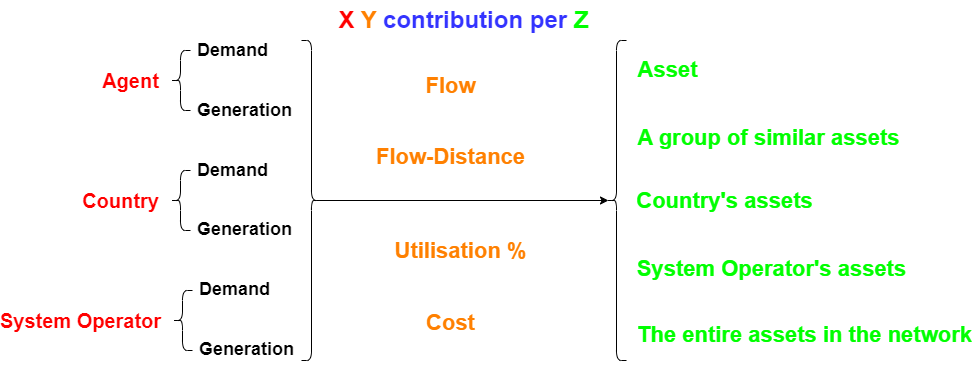
Earlier version of the draw.io export doc/Images/InfraFair_output_results.png (IIT-EnergySystemModels/InfraFair). Source tidied: cells renumbered, new cells last; positions are measured from the earlier drawing's top-left corner, leaving out a move shared by most shapes.
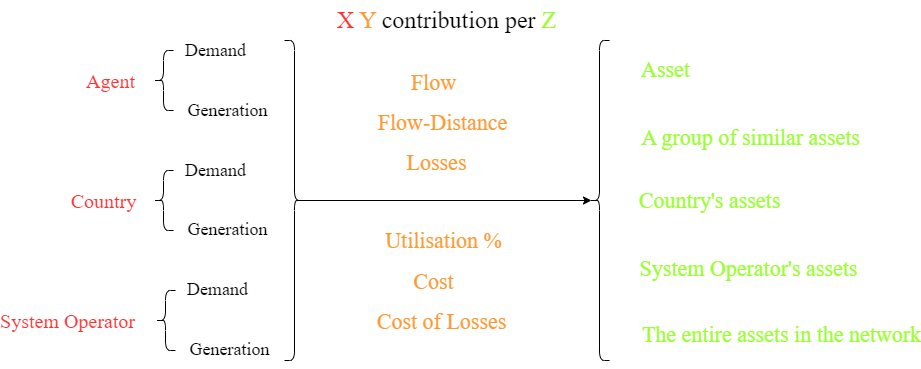
After the change.

The edit, as a diff of the source:
```diff
@@ -2,80 +2,86 @@
   <root>
     <mxCell id="0" />
     <mxCell id="1" parent="0" />
-    <mxCell id="2" style="shape=curlyBracket;whiteSpace=wrap;html=1;rounded=1;flipH=1;labelPosition=right;verticalLabelPosition=middle;align=left;verticalAlign=middle;" parent="1" vertex="1">
+    <mxCell id="2" style="shape=curlyBracket;whiteSpace=wrap;html=1;rounded=1;flipH=1;labelPosition=right;verticalLabelPosition=middle;align=left;verticalAlign=middle;fontFamily=Times New Roman;fontStyle=0;" parent="1" vertex="1">
       <mxGeometry x="271" y="40" width="20" height="320" as="geometry" />
     </mxCell>
-    <mxCell id="3" style="shape=curlyBracket;whiteSpace=wrap;html=1;rounded=1;labelPosition=left;verticalLabelPosition=middle;align=right;verticalAlign=middle;" parent="1" vertex="1">
+    <mxCell id="3" style="shape=curlyBracket;whiteSpace=wrap;html=1;rounded=1;labelPosition=left;verticalLabelPosition=middle;align=right;verticalAlign=middle;fontFamily=Times New Roman;fontStyle=0;" parent="1" vertex="1">
       <mxGeometry x="576" y="40" width="20" height="320" as="geometry" />
     </mxCell>
-    <mxCell id="4" value="&lt;font style=&quot;font-size: 24px;&quot;&gt;&lt;font color=&quot;#ff0000&quot; style=&quot;font-size: 24px;&quot;&gt;X&lt;/font&gt;&amp;nbsp;&lt;font color=&quot;#ff8000&quot; style=&quot;font-size: 24px;&quot;&gt;Y&lt;/font&gt;&amp;nbsp;contribution per&amp;nbsp;&lt;font color=&quot;#00ff00&quot; style=&quot;font-size: 24px;&quot;&gt;Z&lt;/font&gt;&lt;/font&gt;" style="text;strokeColor=none;fillColor=none;html=1;fontSize=24;fontStyle=1;verticalAlign=middle;align=center;fontColor=#3333FF;" parent="1" vertex="1">
+    <mxCell id="4" value="&lt;font style=&quot;font-size: 24px;&quot;&gt;&lt;font color=&quot;#ff3333&quot; style=&quot;font-size: 24px;&quot;&gt;X&lt;/font&gt;&amp;nbsp;&lt;font color=&quot;#ff9933&quot; style=&quot;font-size: 24px;&quot;&gt;Y&lt;/font&gt;&lt;span style=&quot;&quot;&gt;&amp;nbsp;&lt;font color=&quot;#000000&quot;&gt;contribution per&lt;/font&gt;&amp;nbsp;&lt;/span&gt;&lt;font color=&quot;#99ff33&quot; style=&quot;font-size: 24px;&quot;&gt;Z&lt;/font&gt;&lt;/font&gt;" style="text;strokeColor=none;fillColor=none;html=1;fontSize=24;fontStyle=0;verticalAlign=middle;align=center;fontColor=#3333FF;fontFamily=Times New Roman;" parent="1" vertex="1">
       <mxGeometry x="383" width="100" height="40" as="geometry" />
     </mxCell>
-    <mxCell id="5" style="edgeStyle=orthogonalEdgeStyle;rounded=0;jettySize=auto;html=1;exitX=0.1;exitY=0.5;exitDx=0;exitDy=0;exitPerimeter=0;entryX=0.1;entryY=0.5;entryDx=0;entryDy=0;entryPerimeter=0;" parent="1" edge="1" source="2" target="3">
+    <mxCell id="5" style="edgeStyle=orthogonalEdgeStyle;rounded=0;jettySize=auto;html=1;exitX=0.1;exitY=0.5;exitDx=0;exitDy=0;exitPerimeter=0;entryX=0.1;entryY=0.5;entryDx=0;entryDy=0;entryPerimeter=0;fontFamily=Times New Roman;fontStyle=0;" parent="1" edge="1" source="2" target="3">
       <mxGeometry relative="1" as="geometry" />
     </mxCell>
-    <mxCell id="6" value="Agent" style="text;strokeColor=none;fillColor=none;html=1;fontSize=20;fontStyle=1;verticalAlign=middle;align=center;fontColor=#FF0000;" parent="1" vertex="1">
-      <mxGeometry x="50" y="60" width="100" height="40" as="geometry" />
+    <mxCell id="6" value="Agent" style="text;strokeColor=none;fillColor=none;html=1;fontSize=20;fontStyle=0;verticalAlign=middle;align=center;fontColor=#FF3333;fontFamily=Times New Roman;" parent="1" vertex="1">
+      <mxGeometry x="47" y="60" width="100" height="40" as="geometry" />
     </mxCell>
-    <mxCell id="7" value="Country" style="text;strokeColor=none;fillColor=none;html=1;fontSize=20;fontStyle=1;verticalAlign=middle;align=center;fontColor=#FF0000;" parent="1" vertex="1">
+    <mxCell id="7" value="Country" style="text;strokeColor=none;fillColor=none;html=1;fontSize=20;fontStyle=0;verticalAlign=middle;align=center;fontColor=#FF3333;fontFamily=Times New Roman;" parent="1" vertex="1">
       <mxGeometry x="40" y="180" width="100" height="40" as="geometry" />
     </mxCell>
-    <mxCell id="8" value="System Operator" style="text;strokeColor=none;fillColor=none;html=1;fontSize=20;fontStyle=1;verticalAlign=middle;align=center;fontColor=#FF0000;" parent="1" vertex="1">
-      <mxGeometry y="300" width="100" height="40" as="geometry" />
+    <mxCell id="8" value="System Operator" style="text;strokeColor=none;fillColor=none;html=1;fontSize=20;fontStyle=0;verticalAlign=middle;align=center;fontColor=#FF3333;fontFamily=Times New Roman;" parent="1" vertex="1">
+      <mxGeometry x="4" y="300" width="100" height="40" as="geometry" />
     </mxCell>
-    <mxCell id="9" style="shape=curlyBracket;whiteSpace=wrap;html=1;rounded=1;labelPosition=left;verticalLabelPosition=middle;align=right;verticalAlign=middle;" parent="1" vertex="1">
+    <mxCell id="9" style="shape=curlyBracket;whiteSpace=wrap;html=1;rounded=1;labelPosition=left;verticalLabelPosition=middle;align=right;verticalAlign=middle;fontFamily=Times New Roman;fontStyle=0;" parent="1" vertex="1">
       <mxGeometry x="140" y="50" width="20" height="60" as="geometry" />
     </mxCell>
-    <mxCell id="10" value="Demand" style="text;strokeColor=none;fillColor=none;html=1;fontSize=18;fontStyle=1;verticalAlign=middle;align=center;" parent="1" vertex="1">
+    <mxCell id="10" value="Demand" style="text;strokeColor=none;fillColor=none;html=1;fontSize=18;fontStyle=0;verticalAlign=middle;align=center;fontFamily=Times New Roman;" parent="1" vertex="1">
       <mxGeometry x="162" y="30" width="80" height="40" as="geometry" />
     </mxCell>
-    <mxCell id="11" value="Generation" style="text;strokeColor=none;fillColor=none;html=1;fontSize=18;fontStyle=1;verticalAlign=middle;align=center;" parent="1" vertex="1">
+    <mxCell id="11" value="Generation" style="text;strokeColor=none;fillColor=none;html=1;fontSize=18;fontStyle=0;verticalAlign=middle;align=center;fontFamily=Times New Roman;" parent="1" vertex="1">
       <mxGeometry x="164" y="90" width="100" height="40" as="geometry" />
     </mxCell>
-    <mxCell id="12" style="shape=curlyBracket;whiteSpace=wrap;html=1;rounded=1;labelPosition=left;verticalLabelPosition=middle;align=right;verticalAlign=middle;" parent="1" vertex="1">
+    <mxCell id="12" style="shape=curlyBracket;whiteSpace=wrap;html=1;rounded=1;labelPosition=left;verticalLabelPosition=middle;align=right;verticalAlign=middle;fontFamily=Times New Roman;fontStyle=0;" parent="1" vertex="1">
       <mxGeometry x="140" y="170" width="20" height="60" as="geometry" />
     </mxCell>
-    <mxCell id="13" value="Demand" style="text;strokeColor=none;fillColor=none;html=1;fontSize=18;fontStyle=1;verticalAlign=middle;align=center;" parent="1" vertex="1">
+    <mxCell id="13" value="Demand" style="text;strokeColor=none;fillColor=none;html=1;fontSize=18;fontStyle=0;verticalAlign=middle;align=center;fontFamily=Times New Roman;" parent="1" vertex="1">
       <mxGeometry x="162" y="150" width="80" height="40" as="geometry" />
     </mxCell>
-    <mxCell id="14" value="Generation" style="text;strokeColor=none;fillColor=none;html=1;fontSize=18;fontStyle=1;verticalAlign=middle;align=center;" parent="1" vertex="1">
+    <mxCell id="14" value="Generation" style="text;strokeColor=none;fillColor=none;html=1;fontSize=18;fontStyle=0;verticalAlign=middle;align=center;fontFamily=Times New Roman;" parent="1" vertex="1">
       <mxGeometry x="164" y="209" width="100" height="40" as="geometry" />
     </mxCell>
-    <mxCell id="15" style="shape=curlyBracket;whiteSpace=wrap;html=1;rounded=1;labelPosition=left;verticalLabelPosition=middle;align=right;verticalAlign=middle;" parent="1" vertex="1">
+    <mxCell id="15" style="shape=curlyBracket;whiteSpace=wrap;html=1;rounded=1;labelPosition=left;verticalLabelPosition=middle;align=right;verticalAlign=middle;fontFamily=Times New Roman;fontStyle=0;" parent="1" vertex="1">
       <mxGeometry x="142" y="290" width="20" height="60" as="geometry" />
     </mxCell>
-    <mxCell id="16" value="Demand" style="text;strokeColor=none;fillColor=none;html=1;fontSize=18;fontStyle=1;verticalAlign=middle;align=center;" parent="1" vertex="1">
+    <mxCell id="16" value="Demand" style="text;strokeColor=none;fillColor=none;html=1;fontSize=18;fontStyle=0;verticalAlign=middle;align=center;fontFamily=Times New Roman;" parent="1" vertex="1">
       <mxGeometry x="164" y="269" width="80" height="40" as="geometry" />
     </mxCell>
-    <mxCell id="17" value="Generation" style="text;strokeColor=none;fillColor=none;html=1;fontSize=18;fontStyle=1;verticalAlign=middle;align=center;" parent="1" vertex="1">
+    <mxCell id="17" value="Generation" style="text;strokeColor=none;fillColor=none;html=1;fontSize=18;fontStyle=0;verticalAlign=middle;align=center;fontFamily=Times New Roman;" parent="1" vertex="1">
       <mxGeometry x="166" y="329" width="100" height="40" as="geometry" />
     </mxCell>
-    <mxCell id="18" value="Asset" style="text;strokeColor=none;fillColor=none;html=1;fontSize=22;fontStyle=1;verticalAlign=middle;align=center;fontColor=#00FF00;" parent="1" vertex="1">
-      <mxGeometry x="587" y="50" width="100" height="40" as="geometry" />
+    <mxCell id="18" value="Asset" style="text;strokeColor=none;fillColor=none;html=1;fontSize=22;fontStyle=0;verticalAlign=middle;align=center;fontColor=#99FF33;fontFamily=Times New Roman;" parent="1" vertex="1">
+      <mxGeometry x="602" y="50" width="100" height="40" as="geometry" />
     </mxCell>
-    <mxCell id="19" value="A group of similar assets" style="text;strokeColor=none;fillColor=none;html=1;fontSize=22;fontStyle=1;verticalAlign=middle;align=center;fontColor=#00FF00;" parent="1" vertex="1">
-      <mxGeometry x="688" y="118" width="100" height="40" as="geometry" />
+    <mxCell id="19" value="A group of similar assets" style="text;strokeColor=none;fillColor=none;html=1;fontSize=22;fontStyle=0;verticalAlign=middle;align=center;fontColor=#99FF33;fontFamily=Times New Roman;" parent="1" vertex="1">
+      <mxGeometry x="687" y="118" width="100" height="40" as="geometry" />
     </mxCell>
-    <mxCell id="20" value="Country's assets" style="text;strokeColor=none;fillColor=none;html=1;fontSize=22;fontStyle=1;verticalAlign=middle;align=center;fontColor=#00FF00;" parent="1" vertex="1">
-      <mxGeometry x="644" y="181" width="100" height="40" as="geometry" />
+    <mxCell id="20" value="Country's assets" style="text;strokeColor=none;fillColor=none;html=1;fontSize=22;fontStyle=0;verticalAlign=middle;align=center;fontColor=#99FF33;fontFamily=Times New Roman;" parent="1" vertex="1">
+      <mxGeometry x="646" y="181" width="100" height="40" as="geometry" />
     </mxCell>
-    <mxCell id="21" value="System Operator's assets" style="text;strokeColor=none;fillColor=none;html=1;fontSize=22;fontStyle=1;verticalAlign=middle;align=center;fontColor=#00FF00;" parent="1" vertex="1">
-      <mxGeometry x="691" y="249" width="100" height="40" as="geometry" />
+    <mxCell id="21" value="System Operator's assets" style="text;strokeColor=none;fillColor=none;html=1;fontSize=22;fontStyle=0;verticalAlign=middle;align=center;fontColor=#99FF33;fontFamily=Times New Roman;" parent="1" vertex="1">
+      <mxGeometry x="685" y="249" width="100" height="40" as="geometry" />
     </mxCell>
-    <mxCell id="22" value="The entire assets in the network" style="text;strokeColor=none;fillColor=none;html=1;fontSize=22;fontStyle=1;verticalAlign=middle;align=center;fontColor=#00FF00;" parent="1" vertex="1">
-      <mxGeometry x="724" y="315" width="100" height="40" as="geometry" />
+    <mxCell id="22" value="The entire assets in the network" style="text;strokeColor=none;fillColor=none;html=1;fontSize=22;fontStyle=0;verticalAlign=middle;align=center;fontColor=#99FF33;fontFamily=Times New Roman;" parent="1" vertex="1">
+      <mxGeometry x="718" y="315" width="100" height="40" as="geometry" />
     </mxCell>
-    <mxCell id="23" value="Flow" style="text;strokeColor=none;fillColor=none;html=1;fontSize=22;fontStyle=1;verticalAlign=middle;align=center;fontColor=#FF8000;" parent="1" vertex="1">
-      <mxGeometry x="370" y="66" width="100" height="40" as="geometry" />
+    <mxCell id="23" value="Flow" style="text;strokeColor=none;fillColor=none;html=1;fontSize=22;fontStyle=0;verticalAlign=middle;align=center;fontColor=#FF9933;fontFamily=Times New Roman;labelBackgroundColor=none;labelBorderColor=none;textShadow=0;" parent="1" vertex="1">
+      <mxGeometry x="370" y="63" width="100" height="40" as="geometry" />
     </mxCell>
-    <mxCell id="24" value="Flow-Distance" style="text;strokeColor=none;fillColor=none;html=1;fontSize=22;fontStyle=1;verticalAlign=middle;align=center;fontColor=#FF8000;" parent="1" vertex="1">
-      <mxGeometry x="370" y="137" width="100" height="40" as="geometry" />
+    <mxCell id="24" value="Flow-Distance" style="text;strokeColor=none;fillColor=none;html=1;fontSize=22;fontStyle=0;verticalAlign=middle;align=center;fontColor=#FF9933;fontFamily=Times New Roman;labelBackgroundColor=none;labelBorderColor=none;textShadow=0;" parent="1" vertex="1">
+      <mxGeometry x="379" y="103" width="100" height="40" as="geometry" />
     </mxCell>
-    <mxCell id="25" value="Utilisation %" style="text;strokeColor=none;fillColor=none;html=1;fontSize=22;fontStyle=1;verticalAlign=middle;align=center;fontColor=#FF8000;" parent="1" vertex="1">
-      <mxGeometry x="380" y="231" width="100" height="40" as="geometry" />
+    <mxCell id="25" value="Utilisation %" style="text;strokeColor=none;fillColor=none;html=1;fontSize=22;fontStyle=0;verticalAlign=middle;align=center;fontColor=#FF9933;fontFamily=Times New Roman;labelBackgroundColor=none;labelBorderColor=none;textShadow=0;" parent="1" vertex="1">
+      <mxGeometry x="380" y="221" width="100" height="40" as="geometry" />
     </mxCell>
-    <mxCell id="26" value="Cost" style="text;strokeColor=none;fillColor=none;html=1;fontSize=22;fontStyle=1;verticalAlign=middle;align=center;fontColor=#FF8000;" parent="1" vertex="1">
-      <mxGeometry x="370" y="303" width="100" height="40" as="geometry" />
+    <mxCell id="26" value="Cost" style="text;strokeColor=none;fillColor=none;html=1;fontSize=22;fontStyle=0;verticalAlign=middle;align=center;fontColor=#FF9933;fontFamily=Times New Roman;labelBackgroundColor=none;labelBorderColor=none;textShadow=0;" parent="1" vertex="1">
+      <mxGeometry x="370" y="262" width="100" height="40" as="geometry" />
     </mxCell>
+    <mxCell id="27" value="Losses" style="text;strokeColor=none;fillColor=none;html=1;fontSize=22;fontStyle=0;verticalAlign=middle;align=center;fontColor=#FF9933;fontFamily=Times New Roman;labelBackgroundColor=none;labelBorderColor=none;textShadow=0;" parent="1" vertex="1">
+      <mxGeometry x="373" y="143" width="100" height="40" as="geometry" />
+    </mxCell>
+    <mxCell id="28" value="Cost of Losses" style="text;strokeColor=none;fillColor=none;html=1;fontSize=22;fontStyle=0;verticalAlign=middle;align=center;fontColor=#FF9933;fontFamily=Times New Roman;labelBackgroundColor=none;labelBorderColor=none;textShadow=0;" parent="1" vertex="1">
+      <mxGeometry x="378" y="302" width="100" height="40" as="geometry" />
+    </mxCell>
   </root>
 </mxGraphModel>
```
